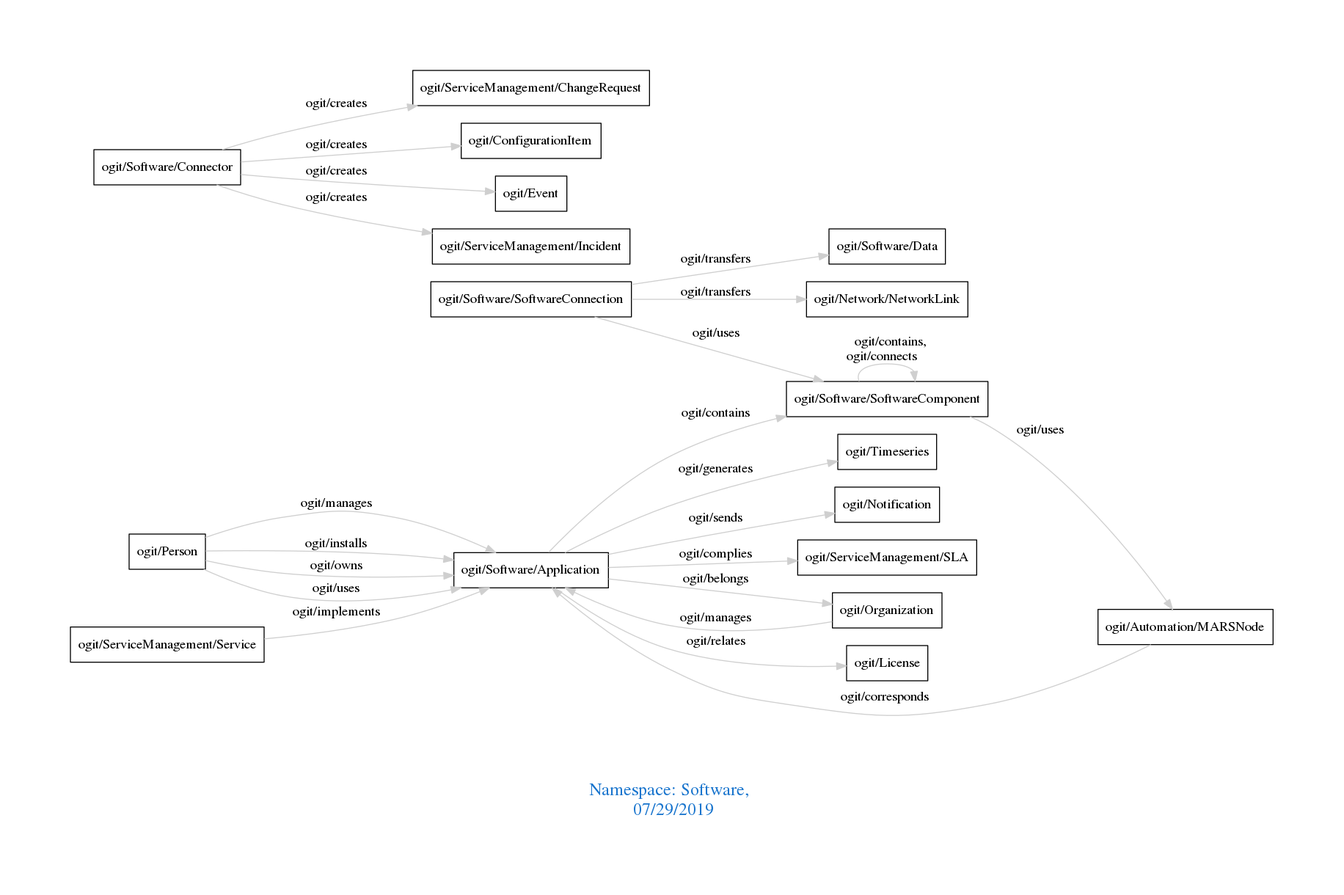
The Graphviz diagram downloads/Software.png in arago/OGIT, before a commit. Its source is kept beside it as downloads/Software.dot.
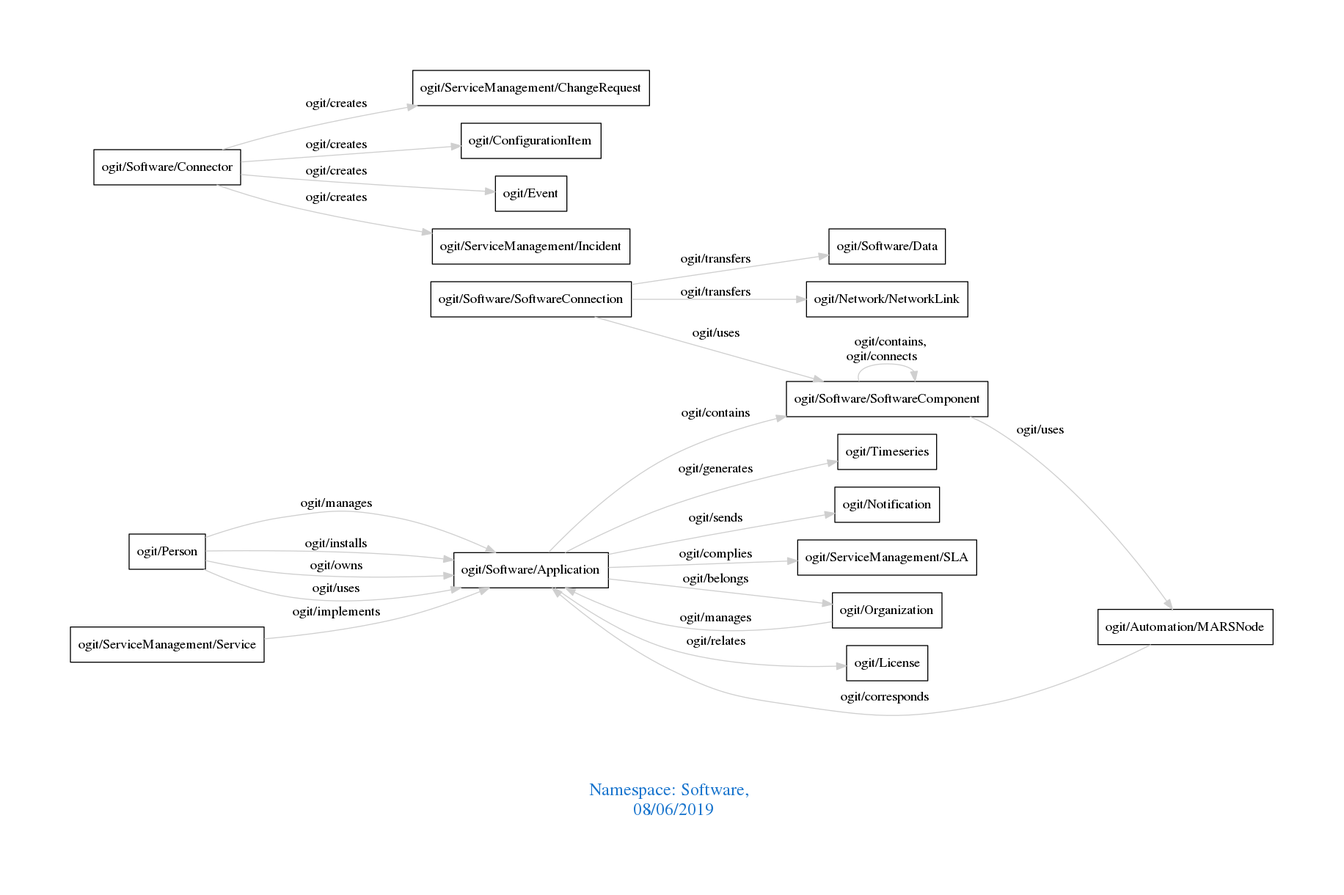
The same file after the commit.

What changed in the source:
```diff
@@ -1,7 +1,7 @@
 digraph OGIT_ontology {
  graph [ rankdir= LR,pad=1
 fontsize = 18,
-fontcolor= dodgerblue3,label = "\n\n\nNamespace: Software, \n 07/29/2019"];
+fontcolor= dodgerblue3,label = "\n\n\nNamespace: Software, \n 08/06/2019"];
 node[shape=polygon];
 edge [  color="gray81"];
 
```
